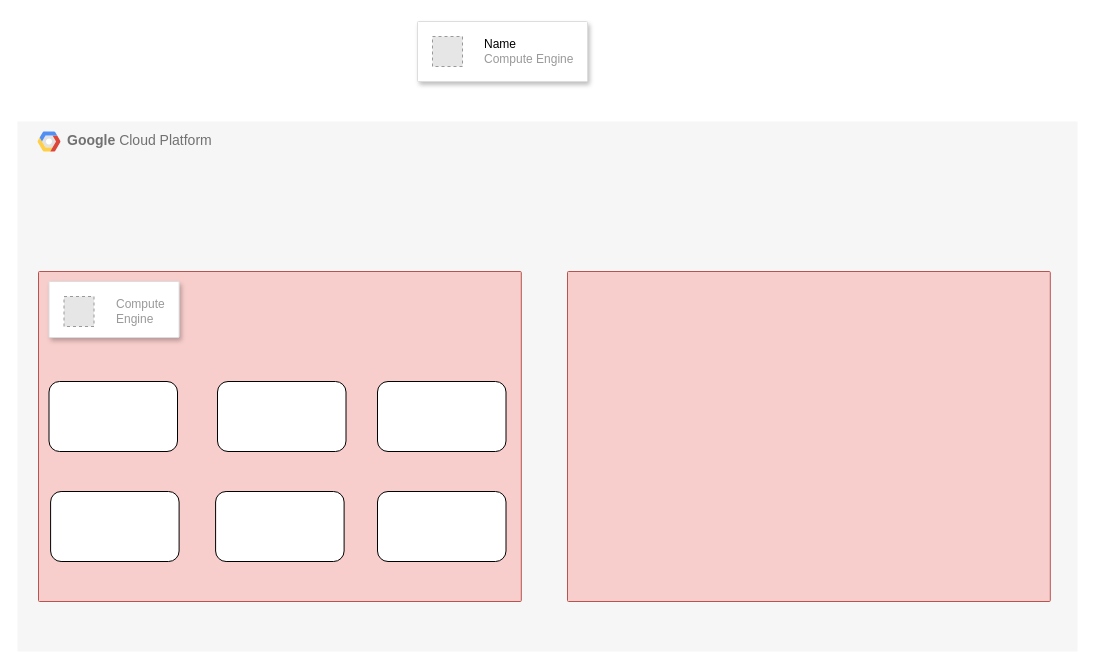
Above: Infra-grafana-alert.drawio in naveen09111997/node-packages (draw.io), before the change. Source tidied: cells renumbered, new cells numbered last; positions are measured from the earlier drawing's top-left corner, leaving out a move shared by most shapes. Both pictures are drawn from the tidied source at 100%, with x=0, y=0 at pixel (17, 21). Pictures stored in the file or linked from it are replaced by grey dashed boxes.
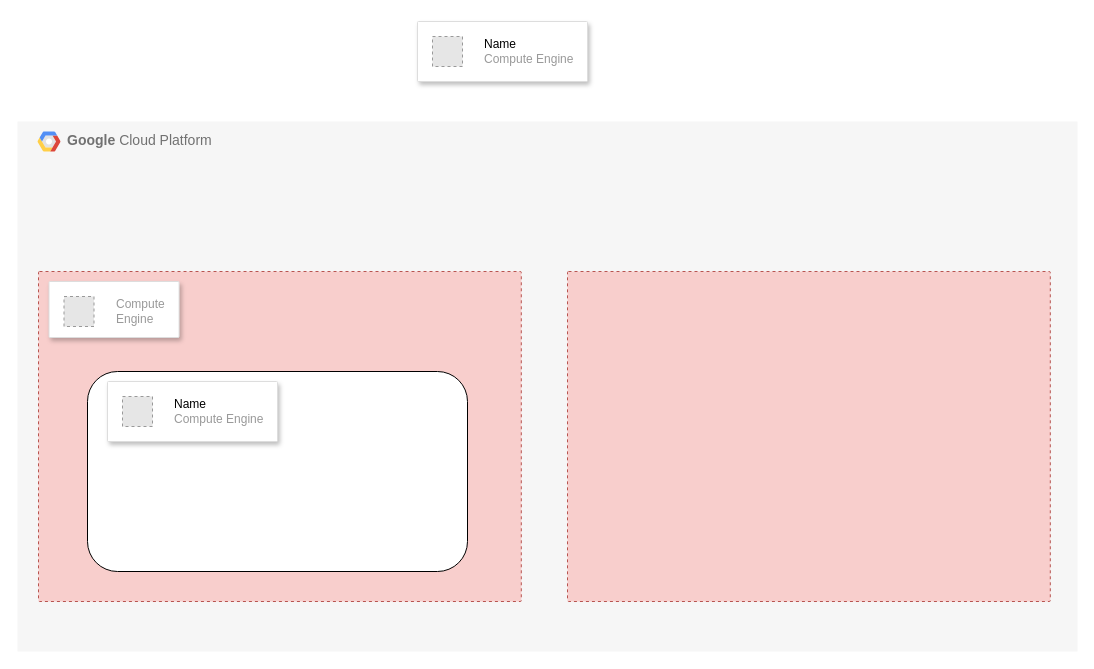
After the change.

What changed in the source:
```diff
@@
 <mxGraphModel>
   <root>
     <mxCell id="0" />
     <mxCell id="1" parent="0" />
-    <mxCell id="2" value="&lt;b&gt;Google &lt;/b&gt;Cloud Platform" style="fillColor=#F6F6F6;strokeColor=none;shadow=0;gradientColor=none;fontSize=14;align=left;spacing=10;fontColor=#717171;9E9E9E;verticalAlign=top;spacingTop=-4;fontStyle=0;spacingLeft=40;html=1;whiteSpace=wrap;" parent="1" vertex="1">
+    <mxCell id="2" value="&lt;b&gt;Google &lt;/b&gt;Cloud Platform" style="fillColor=#F6F6F6;strokeColor=none;shadow=0;gradientColor=none;fontSize=14;align=left;spacing=10;fontColor=#717171;9E9E9E;verticalAlign=top;spacingTop=-4;fontStyle=0;spacingLeft=40;html=1;whiteSpace=wrap;dashed=1;" parent="1" vertex="1">
       <mxGeometry y="100" width="1060" height="530" as="geometry" />
     </mxCell>
     <mxCell id="3" style="shape=mxgraph.gcp2.google_cloud_platform;fillColor=#F6F6F6;strokeColor=none;shadow=0;gradientColor=none;" parent="2" vertex="1">
       <mxGeometry width="23" height="20" relative="1" as="geometry">
         <mxPoint x="20" y="10" as="offset" />
       </mxGeometry>
     </mxCell>
-    <mxCell id="4" style="sketch=0;rounded=1;absoluteArcSize=1;arcSize=2;html=1;strokeColor=#b85450;shadow=0;dashed=0;fontSize=12;align=left;verticalAlign=top;spacing=10;spacingTop=-4;whiteSpace=wrap;fillColor=#f8cecc;" parent="2" vertex="1">
+    <mxCell id="4" style="sketch=0;rounded=1;absoluteArcSize=1;arcSize=2;html=1;strokeColor=#b85450;shadow=0;dashed=1;fontSize=12;align=left;verticalAlign=top;spacing=10;spacingTop=-4;whiteSpace=wrap;fillColor=#f8cecc;" parent="2" vertex="1">
       <mxGeometry x="21" y="150" width="482.8" height="330" as="geometry" />
     </mxCell>
     <mxCell id="5" style="strokeColor=#dddddd;shadow=1;strokeWidth=1;rounded=1;absoluteArcSize=1;arcSize=2;" parent="2" vertex="1">
       <mxGeometry x="31.5" y="160" width="130.1" height="56" as="geometry" />
     </mxCell>
     <mxCell id="6" value="Compute&#10;Engine" style="fillColor=#E6E6E6;strokeColor=#999999;dashed=1;html=1;fontColor=#999999;verticalLabelPosition=middle;labelBackgroundColor=#ffffff;verticalAlign=middle;labelPosition=right;align=left;spacingLeft=20;" parent="5" vertex="1">
       <mxGeometry width="30" height="30" relative="1" as="geometry">
         <mxPoint x="15" y="15" as="offset" />
       </mxGeometry>
     </mxCell>
-    <mxCell id="7" style="sketch=0;rounded=1;absoluteArcSize=1;arcSize=2;html=1;strokeColor=#b85450;shadow=0;dashed=0;fontSize=12;align=left;verticalAlign=top;spacing=10;spacingTop=-4;whiteSpace=wrap;fillColor=#f8cecc;" parent="2" vertex="1">
+    <mxCell id="7" style="sketch=0;rounded=1;absoluteArcSize=1;arcSize=2;html=1;strokeColor=#b85450;shadow=0;dashed=1;fontSize=12;align=left;verticalAlign=top;spacing=10;spacingTop=-4;whiteSpace=wrap;fillColor=#f8cecc;" parent="2" vertex="1">
       <mxGeometry x="550" y="150" width="482.8" height="330" as="geometry" />
     </mxCell>
     <mxCell id="8" style="rounded=1;whiteSpace=wrap;html=1;" parent="2" vertex="1">
-      <mxGeometry x="31.5" y="260" width="128.5" height="70" as="geometry" />
+      <mxGeometry x="70" y="250" width="380" height="200" as="geometry" />
     </mxCell>
-    <mxCell id="9" style="rounded=1;whiteSpace=wrap;html=1;" parent="2" vertex="1">
-      <mxGeometry x="200" y="260" width="128.5" height="70" as="geometry" />
-    </mxCell>
-    <mxCell id="10" style="rounded=1;whiteSpace=wrap;html=1;" parent="2" vertex="1">
-      <mxGeometry x="360" y="260" width="128.5" height="70" as="geometry" />
-    </mxCell>
-    <mxCell id="11" style="rounded=1;whiteSpace=wrap;html=1;" parent="2" vertex="1">
-      <mxGeometry x="33.1" y="370" width="128.5" height="70" as="geometry" />
-    </mxCell>
-    <mxCell id="12" style="rounded=1;whiteSpace=wrap;html=1;" parent="2" vertex="1">
-      <mxGeometry x="198.1" y="370" width="128.5" height="70" as="geometry" />
-    </mxCell>
-    <mxCell id="13" style="rounded=1;whiteSpace=wrap;html=1;" parent="2" vertex="1">
-      <mxGeometry x="360" y="370" width="128.5" height="70" as="geometry" />
-    </mxCell>
+    <mxCell id="16" style="strokeColor=#dddddd;shadow=1;strokeWidth=1;rounded=1;absoluteArcSize=1;arcSize=2;" parent="2" vertex="1">
+      <mxGeometry x="90" y="260" width="170" height="60" as="geometry" />
+    </mxCell>
+    <mxCell id="17" value="&lt;font color=&quot;#000000&quot;&gt;Name&lt;/font&gt;&lt;br&gt;Compute Engine" style="fillColor=#E6E6E6;strokeColor=#999999;dashed=1;html=1;fontColor=#999999;verticalLabelPosition=middle;labelBackgroundColor=#ffffff;verticalAlign=middle;labelPosition=right;align=left;spacingLeft=20;" parent="16" vertex="1">
+      <mxGeometry width="30" height="30" relative="1" as="geometry">
+        <mxPoint x="15" y="15" as="offset" />
+      </mxGeometry>
+    </mxCell>
     <mxCell id="14" style="strokeColor=#dddddd;shadow=1;strokeWidth=1;rounded=1;absoluteArcSize=1;arcSize=2;" parent="1" vertex="1">
       <mxGeometry x="400" width="170" height="60" as="geometry" />
     </mxCell>
     <mxCell id="15" value="&lt;font color=&quot;#000000&quot;&gt;Name&lt;/font&gt;&lt;br&gt;Compute Engine" style="fillColor=#E6E6E6;strokeColor=#999999;dashed=1;html=1;fontColor=#999999;verticalLabelPosition=middle;labelBackgroundColor=#ffffff;verticalAlign=middle;labelPosition=right;align=left;spacingLeft=20;" parent="14" vertex="1">
       <mxGeometry width="30" height="30" relative="1" as="geometry">
         <mxPoint x="15" y="15" as="offset" />
       </mxGeometry>
     </mxCell>
   </root>
 </mxGraphModel>
```
